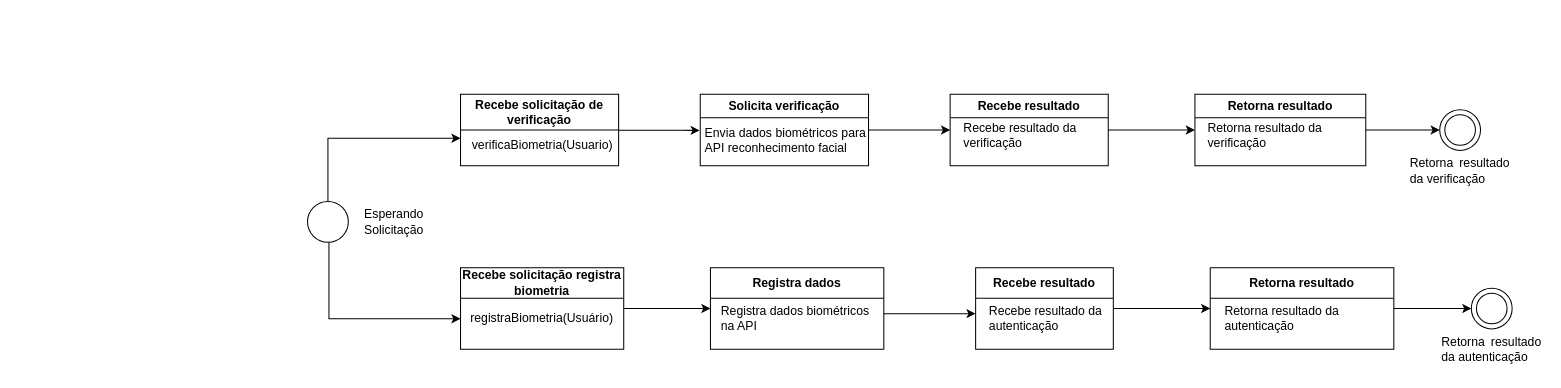
This is diagrama_estados/diagrama_estado_apibiometria.drawio from gb-cs-rt/home_broker, a draw.io file, before an edit. Source tidied: cells renumbered, new cells numbered last; positions are measured from the earlier drawing's top-left corner, leaving out a move shared by most shapes. Both pictures are drawn from the tidied source at 102%, with x=0, y=0 at pixel (307, 94).
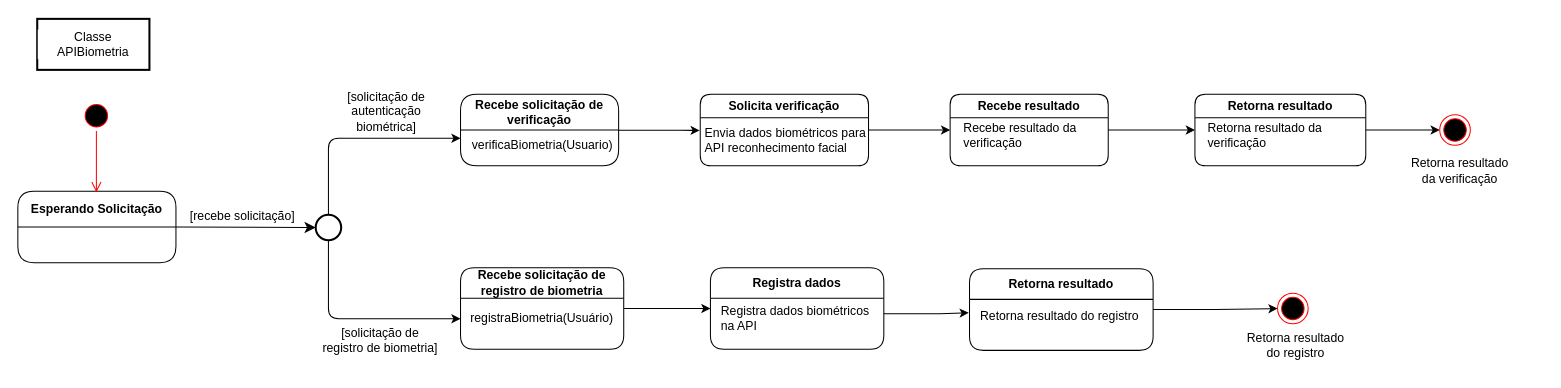
The same page after the edit.

Commit message (it also covers changes not shown here):
diagrama estados apibiometria

Unchanged cells that the change refers to:
```xml
<mxCell id="4" value="verificaBiometria(Usuario)" style="text;html=1;align=center;verticalAlign=middle;points=[];strokeColor=none;fillColor=none;" parent="3" vertex="1">
  <mxGeometry y="35" width="160" height="30" as="geometry" />
</mxCell>
<mxCell id="19" value="&lt;div style=&quot;text-align: justify;&quot;&gt;&lt;span style=&quot;text-wrap: nowrap;&quot;&gt;registraBiometria(Usuário)&lt;/span&gt;&lt;/div&gt;" style="text;html=1;align=center;verticalAlign=middle;whiteSpace=wrap;rounded=0;" parent="18" vertex="1">
  <mxGeometry y="25" width="160" height="50" as="geometry" />
</mxCell>
```

What changed in the source:
```diff
@@
-    <mxCell id="3" value="Recebe solicitação de verificação" style="swimlane;whiteSpace=wrap;html=1;startSize=35;" parent="1" vertex="1">
+    <mxCell id="3" value="Recebe solicitação de verificação" style="swimlane;whiteSpace=wrap;html=1;startSize=35;rounded=1;" parent="1" vertex="1">
       <mxGeometry x="150" width="155" height="70" as="geometry" />
     </mxCell>
@@
-    <mxCell id="6" value="Solicita verificação" style="swimlane;whiteSpace=wrap;html=1;" parent="1" vertex="1">
+    <mxCell id="6" value="Solicita verificação" style="swimlane;whiteSpace=wrap;html=1;rounded=1;" parent="1" vertex="1">
       <mxGeometry x="385" width="165" height="70" as="geometry" />
     </mxCell>
@@
-    <mxCell id="9" value="Recebe resultado" style="swimlane;whiteSpace=wrap;html=1;" parent="1" vertex="1">
+    <mxCell id="9" value="Recebe resultado" style="swimlane;whiteSpace=wrap;html=1;rounded=1;" parent="1" vertex="1">
       <mxGeometry x="630" width="155" height="70" as="geometry" />
     </mxCell>
@@
-    <mxCell id="11" style="ellipse;whiteSpace=wrap;html=1;" parent="1" vertex="1">
-      <mxGeometry x="1110" y="15" width="40" height="40" as="geometry" />
-    </mxCell>
-    <mxCell id="12" value="&lt;div style=&quot;text-align: justify;&quot;&gt;&lt;span style=&quot;background-color: initial;&quot;&gt;Retorna resultado da verificação&lt;/span&gt;&lt;/div&gt;" style="text;html=1;align=center;verticalAlign=middle;whiteSpace=wrap;rounded=0;" parent="1" vertex="1">
+    <mxCell id="12" value="&lt;div style=&quot;&quot;&gt;&lt;span style=&quot;background-color: initial;&quot;&gt;Retorna resultado da verificação&lt;/span&gt;&lt;/div&gt;" style="text;html=1;align=center;verticalAlign=middle;whiteSpace=wrap;rounded=0;" parent="1" vertex="1">
       <mxGeometry x="1080" y="55" width="100" height="40" as="geometry" />
     </mxCell>
-    <mxCell id="13" style="ellipse;whiteSpace=wrap;html=1;" parent="1" vertex="1">
-      <mxGeometry x="1115" y="20" width="30" height="30" as="geometry" />
-    </mxCell>
@@
-    <mxCell id="15" value="Retorna resultado" style="swimlane;whiteSpace=wrap;html=1;" parent="1" vertex="1">
+    <mxCell id="15" value="Retorna resultado" style="swimlane;whiteSpace=wrap;html=1;rounded=1;" parent="1" vertex="1">
       <mxGeometry x="870" width="167.5" height="70" as="geometry" />
     </mxCell>
@@
-    <mxCell id="18" value="Recebe solicitação registra biometria" style="swimlane;whiteSpace=wrap;html=1;startSize=30;" parent="1" vertex="1">
+    <mxCell id="18" value="Recebe solicitação de registro de biometria" style="swimlane;whiteSpace=wrap;html=1;startSize=30;rounded=1;" parent="1" vertex="1">
       <mxGeometry x="150" y="170" width="160" height="80" as="geometry" />
     </mxCell>
@@
-    <mxCell id="20" style="edgeStyle=orthogonalEdgeStyle;rounded=0;jettySize=auto;html=1;" parent="1" edge="1" source="21" target="35">
-      <mxGeometry relative="1" as="geometry">
-        <Array as="points">
-          <mxPoint x="870" y="210" />
-          <mxPoint x="870" y="210" />
-        </Array>
-      </mxGeometry>
-    </mxCell>
-    <mxCell id="21" value="Recebe resultado" style="swimlane;whiteSpace=wrap;html=1;startSize=30;" parent="1" vertex="1">
-      <mxGeometry x="655" y="170" width="135" height="80" as="geometry" />
-    </mxCell>
-    <mxCell id="22" value="&lt;div style=&quot;text-align: justify;&quot;&gt;&lt;span style=&quot;background-color: initial;&quot;&gt;Recebe resultado da&amp;nbsp;&lt;/span&gt;&lt;/div&gt;&lt;div style=&quot;text-align: justify;&quot;&gt;autenticação&lt;/div&gt;" style="text;html=1;align=center;verticalAlign=middle;points=[];strokeColor=none;fillColor=none;" parent="21" vertex="1">
-      <mxGeometry y="30" width="140" height="40" as="geometry" />
-    </mxCell>
-    <mxCell id="23" style="ellipse;whiteSpace=wrap;html=1;" parent="1" vertex="1">
-      <mxGeometry x="1141" y="190" width="40" height="40" as="geometry" />
-    </mxCell>
-    <mxCell id="24" value="&lt;div style=&quot;text-align: justify;&quot;&gt;&lt;span style=&quot;background-color: initial;&quot;&gt;Retorna resultado da autenticação&lt;/span&gt;&lt;/div&gt;" style="text;html=1;align=center;verticalAlign=middle;whiteSpace=wrap;rounded=0;" parent="1" vertex="1">
-      <mxGeometry x="1111" y="230" width="100" height="40" as="geometry" />
+    <mxCell id="24" value="&lt;div style=&quot;&quot;&gt;&lt;span style=&quot;background-color: initial;&quot;&gt;Retorna resultado do registro&lt;/span&gt;&lt;/div&gt;" style="text;html=1;align=center;verticalAlign=middle;whiteSpace=wrap;rounded=0;" parent="1" vertex="1">
+      <mxGeometry x="919" y="226" width="100" height="40" as="geometry" />
     </mxCell>
-    <mxCell id="25" style="ellipse;whiteSpace=wrap;html=1;" parent="1" vertex="1">
-      <mxGeometry x="1146" y="195" width="30" height="30" as="geometry" />
-    </mxCell>
-    <mxCell id="26" style="edgeStyle=orthogonalEdgeStyle;rounded=0;jettySize=auto;html=1;entryX=0;entryY=0.5;entryDx=0;entryDy=0;" parent="1" edge="1" source="28" target="19">
+    <mxCell id="26" style="edgeStyle=orthogonalEdgeStyle;rounded=1;jettySize=auto;html=1;entryX=0;entryY=0.5;entryDx=0;entryDy=0;curved=0;" parent="1" edge="1" source="28" target="19">
       <mxGeometry relative="1" as="geometry">
         <Array as="points">
           <mxPoint x="21" y="220" />
         </Array>
       </mxGeometry>
     </mxCell>
-    <mxCell id="27" style="edgeStyle=orthogonalEdgeStyle;rounded=0;jettySize=auto;html=1;" parent="1" edge="1" source="28" target="4">
+    <mxCell id="27" style="edgeStyle=orthogonalEdgeStyle;rounded=1;jettySize=auto;html=1;curved=0;" parent="1" edge="1" source="28" target="4">
       <mxGeometry relative="1" as="geometry">
         <Array as="points">
           <mxPoint x="20" y="43" />
         </Array>
       </mxGeometry>
     </mxCell>
-    <mxCell id="28" style="ellipse;whiteSpace=wrap;html=1;" parent="1" vertex="1">
-      <mxGeometry y="105" width="40" height="40" as="geometry" />
+    <mxCell id="28" style="ellipse;whiteSpace=wrap;html=1;strokeWidth=2;" parent="1" vertex="1">
+      <mxGeometry x="8" y="118" width="25" height="25" as="geometry" />
     </mxCell>
-    <mxCell id="29" value="Esperando Solicitação" style="text;html=1;align=center;verticalAlign=middle;whiteSpace=wrap;rounded=0;" parent="1" vertex="1">
-      <mxGeometry x="35" y="92.5" width="100" height="65" as="geometry" />
-    </mxCell>
-    <mxCell id="30" style="edgeStyle=orthogonalEdgeStyle;rounded=0;jettySize=auto;html=1;" parent="1" edge="1" target="22">
+    <mxCell id="30" style="edgeStyle=orthogonalEdgeStyle;rounded=0;jettySize=auto;html=1;entryX=-0.01;entryY=0.354;entryDx=0;entryDy=0;entryPerimeter=0;" parent="1" edge="1" target="35">
       <mxGeometry relative="1" as="geometry">
         <mxPoint x="565" y="215" as="sourcePoint" />
         <Array as="points">
           <mxPoint x="620" y="215" />
-          <mxPoint x="620" y="215" />
         </Array>
       </mxGeometry>
     </mxCell>
-    <mxCell id="31" value="Registra dados" style="swimlane;whiteSpace=wrap;html=1;startSize=30;" parent="1" vertex="1">
+    <mxCell id="31" value="Registra dados" style="swimlane;whiteSpace=wrap;html=1;startSize=30;rounded=1;" parent="1" vertex="1">
       <mxGeometry x="395" y="170" width="170" height="80" as="geometry" />
     </mxCell>
@@
-    <mxCell id="33" style="edgeStyle=orthogonalEdgeStyle;rounded=0;jettySize=auto;html=1;entryX=0;entryY=0.5;entryDx=0;entryDy=0;" parent="1" edge="1" source="34" target="23">
-      <mxGeometry relative="1" as="geometry" />
+    <mxCell id="33" style="edgeStyle=orthogonalEdgeStyle;rounded=0;jettySize=auto;html=1;" parent="1" edge="1" source="34">
+      <mxGeometry relative="1" as="geometry">
+        <mxPoint x="951" y="210" as="targetPoint" />
+      </mxGeometry>
     </mxCell>
-    <mxCell id="34" value="Retorna resultado" style="swimlane;whiteSpace=wrap;html=1;startSize=30;" parent="1" vertex="1">
-      <mxGeometry x="885" y="170" width="180" height="80" as="geometry" />
+    <mxCell id="34" value="Retorna resultado" style="swimlane;whiteSpace=wrap;html=1;startSize=30;rounded=1;" parent="1" vertex="1">
+      <mxGeometry x="649" y="171" width="180" height="80" as="geometry" />
     </mxCell>
-    <mxCell id="35" value="Retorna resultado da&lt;div style=&quot;text-align: justify;&quot;&gt;autenticação&lt;/div&gt;" style="text;html=1;align=center;verticalAlign=middle;points=[];strokeColor=none;fillColor=none;" parent="34" vertex="1">
-      <mxGeometry y="30" width="140" height="40" as="geometry" />
+    <mxCell id="35" value="Retorna resultado do registro" style="text;html=1;align=center;verticalAlign=middle;points=[];strokeColor=none;fillColor=none;" parent="34" vertex="1">
+      <mxGeometry x="1" y="34" width="173" height="26" as="geometry" />
     </mxCell>
+    <mxCell id="36" style="ellipse;html=1;shape=endState;fillColor=#000000;strokeColor=#ff0000;fontFamily=Helvetica;fontSize=12;fontColor=default;labelBackgroundColor=default;" parent="1" vertex="1">
+      <mxGeometry x="1110" y="20" width="30" height="30" as="geometry" />
+    </mxCell>
+    <mxCell id="37" style="ellipse;html=1;shape=endState;fillColor=#000000;strokeColor=#ff0000;fontFamily=Helvetica;fontSize=12;fontColor=default;labelBackgroundColor=default;" parent="1" vertex="1">
+      <mxGeometry x="951" y="195" width="30" height="30" as="geometry" />
+    </mxCell>
+    <mxCell id="38" style="edgeStyle=none;shape=connector;curved=0;rounded=1;jettySize=auto;html=1;exitX=1;exitY=0.5;exitDx=0;exitDy=0;entryX=0;entryY=0.5;entryDx=0;entryDy=0;strokeColor=default;align=center;verticalAlign=middle;fontFamily=Helvetica;fontSize=12;fontColor=default;labelBackgroundColor=default;startSize=8;endArrow=classic;endSize=8;" parent="1" edge="1" source="29" target="28">
+      <mxGeometry relative="1" as="geometry" />
+    </mxCell>
+    <mxCell id="39" value="[recebe solicitação]" style="edgeLabel;html=1;align=center;verticalAlign=middle;fontSize=12;fontFamily=Helvetica;fontColor=default;labelBackgroundColor=default;" parent="38" vertex="1">
+      <mxGeometry x="-0.15" y="1" relative="1" as="geometry">
+        <mxPoint x="6" y="-10" as="offset" />
+      </mxGeometry>
+    </mxCell>
+    <mxCell id="29" value="Esperando Solicitação" style="swimlane;whiteSpace=wrap;html=1;startSize=35;rounded=1;" parent="1" vertex="1">
+      <mxGeometry x="-284" y="95" width="155" height="70" as="geometry" />
+    </mxCell>
+    <mxCell id="40" style="ellipse;html=1;shape=startState;fillColor=#000000;strokeColor=#ff0000;fontFamily=Helvetica;fontSize=12;fontColor=default;labelBackgroundColor=default;" parent="1" vertex="1">
+      <mxGeometry x="-222" y="6" width="30" height="30" as="geometry" />
+    </mxCell>
+    <mxCell id="41" style="edgeStyle=orthogonalEdgeStyle;html=1;verticalAlign=bottom;endArrow=open;endSize=8;strokeColor=#ff0000;rounded=1;align=center;fontFamily=Helvetica;fontSize=12;fontColor=default;labelBackgroundColor=default;curved=0;" parent="1" edge="1" source="40">
+      <mxGeometry relative="1" as="geometry">
+        <mxPoint x="-207" y="96" as="targetPoint" />
+      </mxGeometry>
+    </mxCell>
+    <mxCell id="42" value="Classe APIBiometria" style="html=1;whiteSpace=wrap;fontFamily=Helvetica;fontSize=12;fontColor=default;labelBackgroundColor=default;strokeWidth=2;" parent="1" vertex="1">
+      <mxGeometry x="-265" y="-74" width="110" height="50" as="geometry" />
+    </mxCell>
+    <mxCell id="43" value="[solicitação de&lt;div&gt;autenticação&lt;/div&gt;&lt;div&gt;biométrica]&lt;/div&gt;" style="edgeLabel;html=1;align=center;verticalAlign=middle;fontSize=12;fontFamily=Helvetica;fontColor=default;labelBackgroundColor=default;" parent="1" vertex="1">
+      <mxGeometry x="76" y="16" as="geometry" />
+    </mxCell>
+    <mxCell id="44" value="[solicitação de&lt;div&gt;registro de biometria]&lt;br&gt;&lt;/div&gt;" style="edgeLabel;html=1;align=center;verticalAlign=middle;fontSize=12;fontFamily=Helvetica;fontColor=default;labelBackgroundColor=default;" parent="1" vertex="1">
+      <mxGeometry x="70" y="240" as="geometry" />
+    </mxCell>
```
